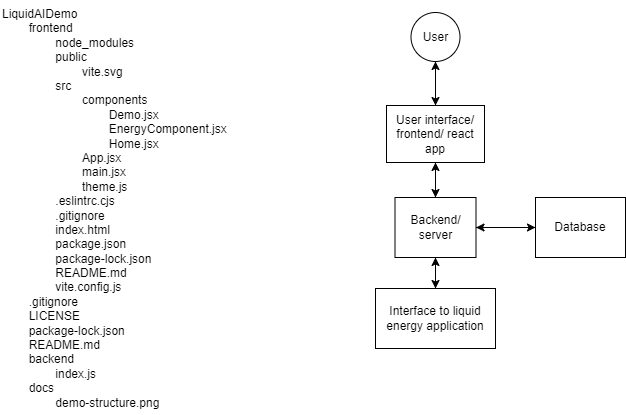
LiquidAIDemo/LiquidAIDemo keeps this draw.io diagram as docs/demo_structure.png. Above is the earlier version. Source tidied: cells renumbered, new cells last; positions are measured from the earlier drawing's top-left corner, leaving out a move shared by most shapes. The source it was exported from:
```xml
<mxGraphModel background="#ffffff">
  <root>
    <mxCell id="0" />
    <mxCell id="1" parent="0" />
    <mxCell id="2" style="edgeStyle=orthogonalEdgeStyle;rounded=0;jettySize=auto;html=1;entryX=0.5;entryY=0;entryDx=0;entryDy=0;" parent="1" edge="1" source="3" target="6">
      <mxGeometry relative="1" as="geometry" />
    </mxCell>
    <mxCell id="3" value="User" style="ellipse;whiteSpace=wrap;html=1;" parent="1" vertex="1">
      <mxGeometry x="410.5" y="12" width="49" height="49" as="geometry" />
    </mxCell>
    <mxCell id="4" style="edgeStyle=orthogonalEdgeStyle;rounded=0;jettySize=auto;html=1;" parent="1" edge="1" source="6" target="10">
      <mxGeometry relative="1" as="geometry" />
    </mxCell>
    <mxCell id="5" style="edgeStyle=orthogonalEdgeStyle;rounded=0;jettySize=auto;html=1;exitX=0.5;exitY=0;exitDx=0;exitDy=0;entryX=0.5;entryY=1;entryDx=0;entryDy=0;" parent="1" edge="1" source="6" target="3">
      <mxGeometry relative="1" as="geometry" />
    </mxCell>
    <mxCell id="6" value="User interface/ frontend/ react app" style="rounded=0;whiteSpace=wrap;html=1;" parent="1" vertex="1">
      <mxGeometry x="386" y="105" width="98" height="57" as="geometry" />
    </mxCell>
    <mxCell id="7" style="edgeStyle=orthogonalEdgeStyle;rounded=0;jettySize=auto;html=1;entryX=0.5;entryY=0;entryDx=0;entryDy=0;" parent="1" edge="1" source="10" target="12">
      <mxGeometry relative="1" as="geometry" />
    </mxCell>
    <mxCell id="8" style="edgeStyle=orthogonalEdgeStyle;rounded=0;jettySize=auto;html=1;entryX=0;entryY=0.5;entryDx=0;entryDy=0;" parent="1" edge="1" source="10" target="14">
      <mxGeometry relative="1" as="geometry" />
    </mxCell>
    <mxCell id="9" style="edgeStyle=orthogonalEdgeStyle;rounded=0;jettySize=auto;html=1;entryX=0.5;entryY=1;entryDx=0;entryDy=0;" parent="1" edge="1" source="10" target="6">
      <mxGeometry relative="1" as="geometry" />
    </mxCell>
    <mxCell id="10" value="Backend/ server" style="rounded=0;whiteSpace=wrap;html=1;" parent="1" vertex="1">
      <mxGeometry x="394.5" y="197" width="81" height="60" as="geometry" />
    </mxCell>
    <mxCell id="11" style="edgeStyle=orthogonalEdgeStyle;rounded=0;jettySize=auto;html=1;exitX=0.5;exitY=0;exitDx=0;exitDy=0;entryX=0.5;entryY=1;entryDx=0;entryDy=0;" parent="1" edge="1" source="12" target="10">
      <mxGeometry relative="1" as="geometry" />
    </mxCell>
    <mxCell id="12" value="Interface to liquid energy application" style="rounded=0;whiteSpace=wrap;html=1;" parent="1" vertex="1">
      <mxGeometry x="375" y="288" width="120" height="60" as="geometry" />
    </mxCell>
    <mxCell id="13" style="edgeStyle=orthogonalEdgeStyle;rounded=0;jettySize=auto;html=1;" parent="1" edge="1" source="14" target="10">
      <mxGeometry relative="1" as="geometry" />
    </mxCell>
    <mxCell id="14" value="Database" style="rounded=0;whiteSpace=wrap;html=1;" parent="1" vertex="1">
      <mxGeometry x="535" y="197" width="90" height="60" as="geometry" />
    </mxCell>
    <mxCell id="15" value="LiquidAIDemo&lt;br&gt;&lt;span style=&quot;white-space: pre;&quot;&gt;&#9;&lt;/span&gt;frontend&lt;br&gt;&lt;span style=&quot;white-space: pre;&quot;&gt;&lt;span style=&quot;white-space: pre;&quot;&gt;&#9;&lt;/span&gt;&lt;span style=&quot;white-space: pre;&quot;&gt;&#9;&lt;/span&gt;node_modules&lt;br/&gt;&lt;span style=&quot;white-space: pre;&quot;&gt;&#9;&lt;/span&gt;&lt;span style=&quot;white-space: pre;&quot;&gt;&#9;&lt;/span&gt;public&lt;br/&gt;&lt;span style=&quot;white-space: pre;&quot;&gt;&#9;&lt;/span&gt;&lt;span style=&quot;white-space: pre;&quot;&gt;&#9;&lt;span style=&quot;white-space: pre;&quot;&gt;&#9;&lt;/span&gt;v&lt;/span&gt;ite.svg&lt;span style=&quot;white-space: pre;&quot;&gt;&#9;&lt;/span&gt;&#9;&lt;/span&gt;&lt;span style=&quot;white-space: pre;&quot;&gt;&#9;&lt;/span&gt;&lt;br&gt;&lt;span style=&quot;white-space: pre;&quot;&gt;&#9;&lt;/span&gt;&lt;span style=&quot;white-space: pre;&quot;&gt;&#9;&lt;/span&gt;src&lt;br&gt;&lt;span style=&quot;white-space: pre;&quot;&gt;&#9;&lt;/span&gt;&lt;span style=&quot;white-space: pre;&quot;&gt;&#9;&lt;/span&gt;&lt;span style=&quot;white-space: pre;&quot;&gt;&#9;&lt;/span&gt;components&lt;br&gt;&lt;span style=&quot;white-space: pre;&quot;&gt;&#9;&lt;/span&gt;&lt;span style=&quot;white-space: pre;&quot;&gt;&#9;&lt;/span&gt;&lt;span style=&quot;white-space: pre;&quot;&gt;&#9;&lt;/span&gt;&lt;span style=&quot;white-space: pre;&quot;&gt;&#9;&lt;/span&gt;Demo.jsx&lt;br&gt;&lt;span style=&quot;white-space: pre;&quot;&gt;&#9;&lt;/span&gt;&lt;span style=&quot;white-space: pre;&quot;&gt;&#9;&lt;/span&gt;&lt;span style=&quot;white-space: pre;&quot;&gt;&#9;&lt;/span&gt;&lt;span style=&quot;white-space: pre;&quot;&gt;&#9;&lt;/span&gt;EnergyComponent.jsx&lt;br&gt;&lt;span style=&quot;white-space: pre;&quot;&gt;&#9;&lt;/span&gt;&lt;span style=&quot;white-space: pre;&quot;&gt;&#9;&lt;/span&gt;&lt;span style=&quot;white-space: pre;&quot;&gt;&#9;&lt;/span&gt;&lt;span style=&quot;white-space: pre;&quot;&gt;&#9;&lt;/span&gt;Home.jsx&lt;br&gt;&lt;span style=&quot;white-space: pre;&quot;&gt;&#9;&lt;/span&gt;&lt;span style=&quot;white-space: pre;&quot;&gt;&#9;&lt;/span&gt;&lt;span style=&quot;white-space: pre;&quot;&gt;&#9;&lt;/span&gt;App.jsx&lt;br&gt;&lt;span style=&quot;white-space: pre;&quot;&gt;&#9;&lt;/span&gt;&lt;span style=&quot;white-space: pre;&quot;&gt;&#9;&lt;/span&gt;&lt;span style=&quot;white-space: pre;&quot;&gt;&#9;&lt;/span&gt;main.jsx&lt;br&gt;&lt;span style=&quot;white-space: pre;&quot;&gt;&#9;&lt;/span&gt;&lt;span style=&quot;white-space: pre;&quot;&gt;&#9;&lt;/span&gt;&lt;span style=&quot;white-space: pre;&quot;&gt;&#9;&lt;/span&gt;theme.js&lt;br&gt;&lt;span style=&quot;white-space: pre;&quot;&gt;&#9;&lt;/span&gt;&lt;span style=&quot;white-space: pre;&quot;&gt;&#9;&lt;/span&gt;.eslintrc.cjs&lt;br&gt;&lt;span style=&quot;white-space: pre;&quot;&gt;&#9;&lt;/span&gt;&lt;span style=&quot;white-space: pre;&quot;&gt;&#9;&lt;/span&gt;.gitignore&lt;br&gt;&lt;span style=&quot;white-space: pre;&quot;&gt;&#9;&lt;/span&gt;&lt;span style=&quot;white-space: pre;&quot;&gt;&#9;&lt;/span&gt;index.html&lt;br&gt;&lt;span style=&quot;white-space: pre;&quot;&gt;&#9;&lt;/span&gt;&lt;span style=&quot;white-space: pre;&quot;&gt;&#9;&lt;/span&gt;package.json&lt;br&gt;&lt;span style=&quot;white-space: pre;&quot;&gt;&#9;&lt;/span&gt;&lt;span style=&quot;white-space: pre;&quot;&gt;&#9;&lt;/span&gt;package-lock.json&lt;br&gt;&lt;span style=&quot;white-space: pre;&quot;&gt;&#9;&lt;/span&gt;&lt;span style=&quot;white-space: pre;&quot;&gt;&#9;&lt;/span&gt;README.md&lt;br&gt;&lt;span style=&quot;white-space: pre;&quot;&gt;&#9;&lt;/span&gt;&lt;span style=&quot;white-space: pre;&quot;&gt;&#9;&lt;/span&gt;vite.config.js&lt;br&gt;&lt;span style=&quot;white-space: pre;&quot;&gt;&#9;&lt;/span&gt;.gitignore&lt;br&gt;&lt;span style=&quot;white-space: pre;&quot;&gt;&#9;&lt;/span&gt;LICENSE&lt;br&gt;&lt;span style=&quot;white-space: pre;&quot;&gt;&#9;&lt;/span&gt;package-lock.json&lt;br&gt;&lt;span style=&quot;white-space: pre;&quot;&gt;&#9;&lt;/span&gt;README.md&lt;br&gt;&lt;span style=&quot;white-space: pre;&quot;&gt;&#9;&lt;/span&gt;backend&lt;br&gt;&lt;span style=&quot;white-space: pre;&quot;&gt;&#9;&lt;/span&gt;&lt;span style=&quot;white-space: pre;&quot;&gt;&#9;&lt;/span&gt;index.js&lt;br&gt;&lt;span style=&quot;white-space: pre;&quot;&gt;&#9;&lt;/span&gt;docs&lt;br&gt;&lt;span style=&quot;white-space: pre;&quot;&gt;&#9;&lt;/span&gt;&lt;span style=&quot;white-space: pre;&quot;&gt;&#9;&lt;/span&gt;demo-structure.png" style="text;html=1;align=left;verticalAlign=middle;strokeColor=none;fillColor=none;" parent="1" vertex="1">
      <mxGeometry width="243" height="415" as="geometry" />
    </mxCell>
  </root>
</mxGraphModel>
```
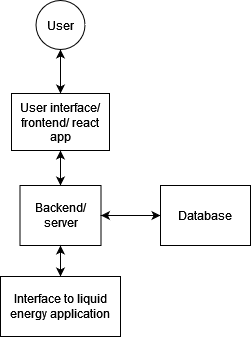
After the commit.

Commit message:
updated readme and demo structure diagram. added energy consumer/producer type to energy components

Diff of the diagram source:
```diff
@@ -41,8 +41,5 @@
     <mxCell id="14" value="Database" style="rounded=0;whiteSpace=wrap;html=1;" parent="1" vertex="1">
       <mxGeometry x="535" y="197" width="90" height="60" as="geometry" />
     </mxCell>
-    <mxCell id="15" value="LiquidAIDemo&lt;br&gt;&lt;span style=&quot;white-space: pre;&quot;&gt;&#9;&lt;/span&gt;frontend&lt;br&gt;&lt;span style=&quot;white-space: pre;&quot;&gt;&lt;span style=&quot;white-space: pre;&quot;&gt;&#9;&lt;/span&gt;&lt;span style=&quot;white-space: pre;&quot;&gt;&#9;&lt;/span&gt;node_modules&lt;br/&gt;&lt;span style=&quot;white-space: pre;&quot;&gt;&#9;&lt;/span&gt;&lt;span style=&quot;white-space: pre;&quot;&gt;&#9;&lt;/span&gt;public&lt;br/&gt;&lt;span style=&quot;white-space: pre;&quot;&gt;&#9;&lt;/span&gt;&lt;span style=&quot;white-space: pre;&quot;&gt;&#9;&lt;span style=&quot;white-space: pre;&quot;&gt;&#9;&lt;/span&gt;v&lt;/span&gt;ite.svg&lt;span style=&quot;white-space: pre;&quot;&gt;&#9;&lt;/span&gt;&#9;&lt;/span&gt;&lt;span style=&quot;white-space: pre;&quot;&gt;&#9;&lt;/span&gt;&lt;br&gt;&lt;span style=&quot;white-space: pre;&quot;&gt;&#9;&lt;/span&gt;&lt;span style=&quot;white-space: pre;&quot;&gt;&#9;&lt;/span&gt;src&lt;br&gt;&lt;span style=&quot;white-space: pre;&quot;&gt;&#9;&lt;/span&gt;&lt;span style=&quot;white-space: pre;&quot;&gt;&#9;&lt;/span&gt;&lt;span style=&quot;white-space: pre;&quot;&gt;&#9;&lt;/span&gt;components&lt;br&gt;&lt;span style=&quot;white-space: pre;&quot;&gt;&#9;&lt;/span&gt;&lt;span style=&quot;white-space: pre;&quot;&gt;&#9;&lt;/span&gt;&lt;span style=&quot;white-space: pre;&quot;&gt;&#9;&lt;/span&gt;&lt;span style=&quot;white-space: pre;&quot;&gt;&#9;&lt;/span&gt;Demo.jsx&lt;br&gt;&lt;span style=&quot;white-space: pre;&quot;&gt;&#9;&lt;/span&gt;&lt;span style=&quot;white-space: pre;&quot;&gt;&#9;&lt;/span&gt;&lt;span style=&quot;white-space: pre;&quot;&gt;&#9;&lt;/span&gt;&lt;span style=&quot;white-space: pre;&quot;&gt;&#9;&lt;/span&gt;EnergyComponent.jsx&lt;br&gt;&lt;span style=&quot;white-space: pre;&quot;&gt;&#9;&lt;/span&gt;&lt;span style=&quot;white-space: pre;&quot;&gt;&#9;&lt;/span&gt;&lt;span style=&quot;white-space: pre;&quot;&gt;&#9;&lt;/span&gt;&lt;span style=&quot;white-space: pre;&quot;&gt;&#9;&lt;/span&gt;Home.jsx&lt;br&gt;&lt;span style=&quot;white-space: pre;&quot;&gt;&#9;&lt;/span&gt;&lt;span style=&quot;white-space: pre;&quot;&gt;&#9;&lt;/span&gt;&lt;span style=&quot;white-space: pre;&quot;&gt;&#9;&lt;/span&gt;App.jsx&lt;br&gt;&lt;span style=&quot;white-space: pre;&quot;&gt;&#9;&lt;/span&gt;&lt;span style=&quot;white-space: pre;&quot;&gt;&#9;&lt;/span&gt;&lt;span style=&quot;white-space: pre;&quot;&gt;&#9;&lt;/span&gt;main.jsx&lt;br&gt;&lt;span style=&quot;white-space: pre;&quot;&gt;&#9;&lt;/span&gt;&lt;span style=&quot;white-space: pre;&quot;&gt;&#9;&lt;/span&gt;&lt;span style=&quot;white-space: pre;&quot;&gt;&#9;&lt;/span&gt;theme.js&lt;br&gt;&lt;span style=&quot;white-space: pre;&quot;&gt;&#9;&lt;/span&gt;&lt;span style=&quot;white-space: pre;&quot;&gt;&#9;&lt;/span&gt;.eslintrc.cjs&lt;br&gt;&lt;span style=&quot;white-space: pre;&quot;&gt;&#9;&lt;/span&gt;&lt;span style=&quot;white-space: pre;&quot;&gt;&#9;&lt;/span&gt;.gitignore&lt;br&gt;&lt;span style=&quot;white-space: pre;&quot;&gt;&#9;&lt;/span&gt;&lt;span style=&quot;white-space: pre;&quot;&gt;&#9;&lt;/span&gt;index.html&lt;br&gt;&lt;span style=&quot;white-space: pre;&quot;&gt;&#9;&lt;/span&gt;&lt;span style=&quot;white-space: pre;&quot;&gt;&#9;&lt;/span&gt;package.json&lt;br&gt;&lt;span style=&quot;white-space: pre;&quot;&gt;&#9;&lt;/span&gt;&lt;span style=&quot;white-space: pre;&quot;&gt;&#9;&lt;/span&gt;package-lock.json&lt;br&gt;&lt;span style=&quot;white-space: pre;&quot;&gt;&#9;&lt;/span&gt;&lt;span style=&quot;white-space: pre;&quot;&gt;&#9;&lt;/span&gt;README.md&lt;br&gt;&lt;span style=&quot;white-space: pre;&quot;&gt;&#9;&lt;/span&gt;&lt;span style=&quot;white-space: pre;&quot;&gt;&#9;&lt;/span&gt;vite.config.js&lt;br&gt;&lt;span style=&quot;white-space: pre;&quot;&gt;&#9;&lt;/span&gt;.gitignore&lt;br&gt;&lt;span style=&quot;white-space: pre;&quot;&gt;&#9;&lt;/span&gt;LICENSE&lt;br&gt;&lt;span style=&quot;white-space: pre;&quot;&gt;&#9;&lt;/span&gt;package-lock.json&lt;br&gt;&lt;span style=&quot;white-space: pre;&quot;&gt;&#9;&lt;/span&gt;README.md&lt;br&gt;&lt;span style=&quot;white-space: pre;&quot;&gt;&#9;&lt;/span&gt;backend&lt;br&gt;&lt;span style=&quot;white-space: pre;&quot;&gt;&#9;&lt;/span&gt;&lt;span style=&quot;white-space: pre;&quot;&gt;&#9;&lt;/span&gt;index.js&lt;br&gt;&lt;span style=&quot;white-space: pre;&quot;&gt;&#9;&lt;/span&gt;docs&lt;br&gt;&lt;span style=&quot;white-space: pre;&quot;&gt;&#9;&lt;/span&gt;&lt;span style=&quot;white-space: pre;&quot;&gt;&#9;&lt;/span&gt;demo-structure.png" style="text;html=1;align=left;verticalAlign=middle;strokeColor=none;fillColor=none;" parent="1" vertex="1">
-      <mxGeometry width="243" height="415" as="geometry" />
-    </mxCell>
   </root>
 </mxGraphModel>
```
